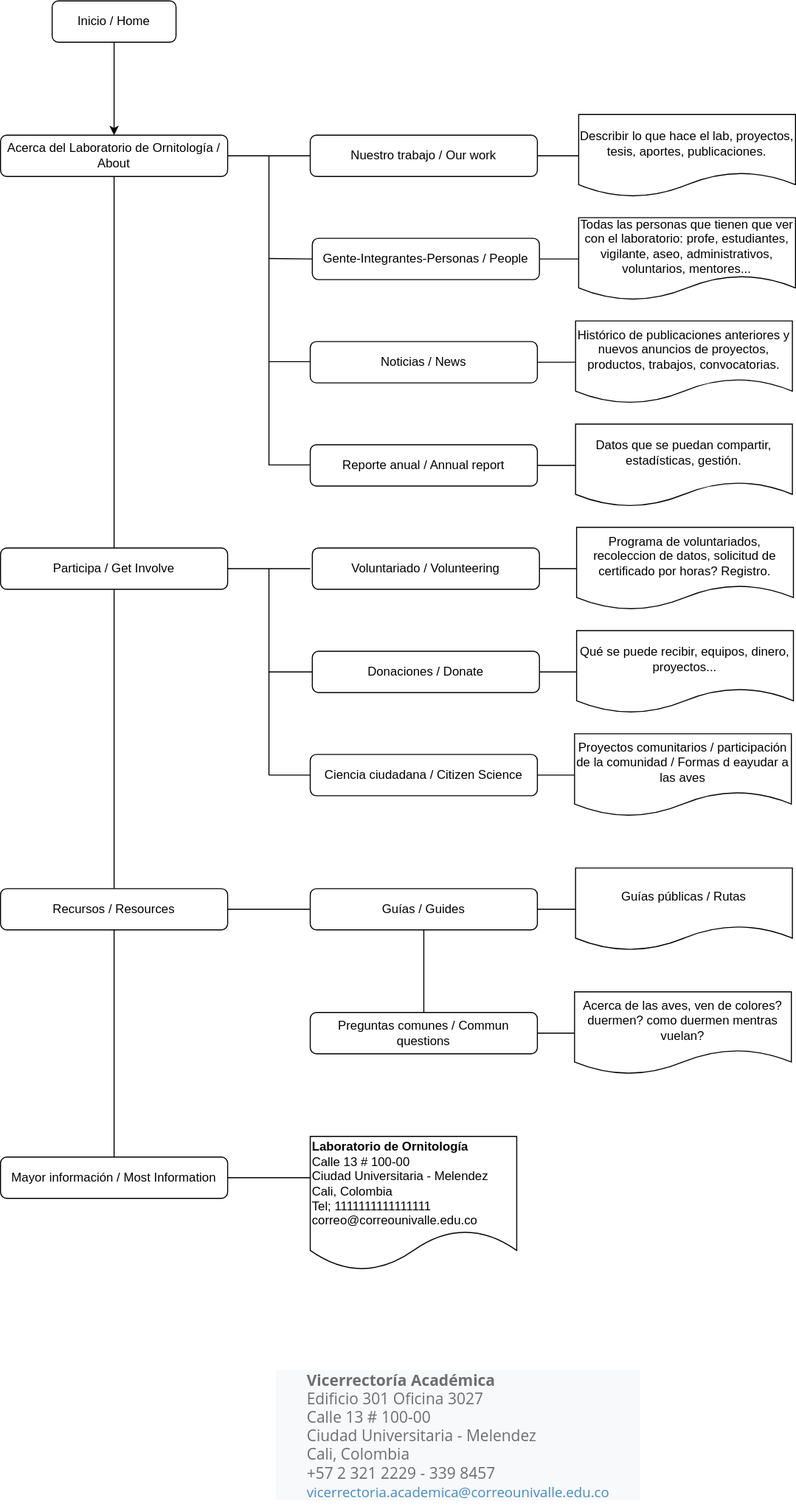
isabelyb/univalle keeps this draw.io diagram as univalle.drawio.svg. Above is the earlier version. Source tidied: cells renumbered, new cells last; positions are measured from the earlier drawing's top-left corner, leaving out a move shared by most shapes.
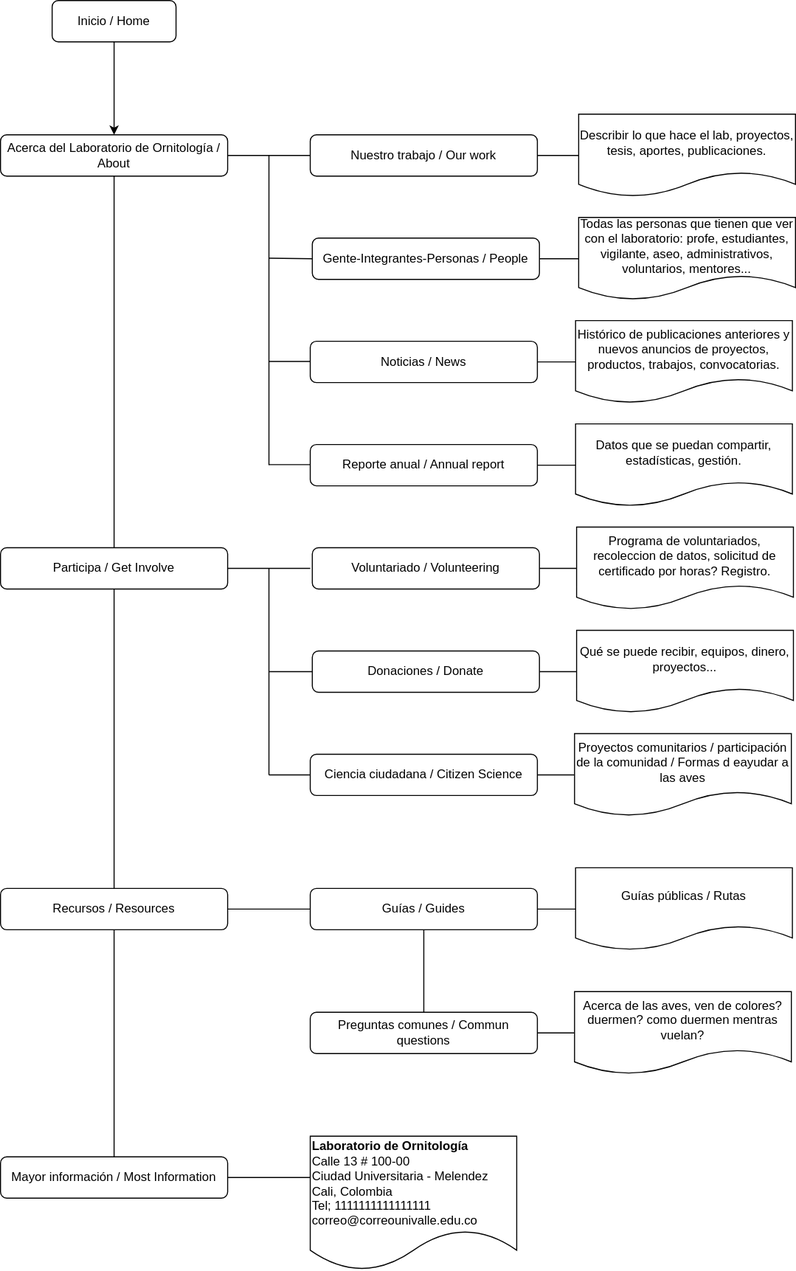
The same file after the commit.

What changed in the source:
```diff
@@ -175,9 +175,6 @@
     <mxCell id="49" value="Mayor información / Most Information" style="whiteSpace=wrap;html=1;rounded=1;shadow=0;strokeWidth=1;glass=0;" parent="1" vertex="1">
       <mxGeometry y="1120" width="220" height="40" as="geometry" />
     </mxCell>
-    <mxCell id="50" value="&lt;ul style=&quot;font-style: normal; font-weight: 400; letter-spacing: normal; text-indent: 0px; text-transform: none; word-spacing: 0px; background-color: rgb(248, 249, 250); box-sizing: border-box; margin-top: 0px; margin-bottom: 10px; text-align: justify; margin-left: -5px; list-style: none; padding: 0px 30px; color: rgb(109, 110, 113); font-family: &amp;quot;open sans&amp;quot;; font-size: 15px;&quot;&gt;&lt;li style=&quot;box-sizing: border-box&quot;&gt;&lt;strong style=&quot;box-sizing: border-box&quot;&gt;Vicerrectoría Académica&lt;/strong&gt;&lt;/li&gt;&lt;li style=&quot;box-sizing: border-box&quot;&gt;Edificio 301 Oficina 3027&lt;/li&gt;&lt;li style=&quot;box-sizing: border-box&quot;&gt;Calle 13 # 100-00&lt;/li&gt;&lt;li style=&quot;box-sizing: border-box&quot;&gt;Ciudad Universitaria - Melendez&lt;/li&gt;&lt;li style=&quot;box-sizing: border-box&quot;&gt;Cali, Colombia&lt;/li&gt;&lt;li style=&quot;box-sizing: border-box&quot;&gt;+57 2 321 2229 - 339 8457&lt;/li&gt;&lt;li style=&quot;box-sizing: border-box&quot;&gt;&lt;span style=&quot;box-sizing: border-box ; font-size: 10pt&quot;&gt;&lt;a href=&quot;mailto:vicerrectoria.academica@correounivalle.edu.co&quot; style=&quot;box-sizing: border-box ; background: transparent ; color: rgb(66 , 139 , 202)&quot;&gt;vicerrectoria.academica@correounivalle.edu.co&lt;/a&gt;&lt;/span&gt;&lt;/li&gt;&lt;/ul&gt;" style="text;whiteSpace=wrap;html=1;" parent="1" vertex="1">
-      <mxGeometry x="270" y="1320" width="370" height="120" as="geometry" />
-    </mxCell>
     <mxCell id="51" value="&lt;b&gt;Laboratorio de Ornitología&lt;/b&gt;&lt;br&gt;&lt;div&gt;&lt;span&gt;Calle 13 # 100-00&lt;/span&gt;&lt;br&gt;&lt;/div&gt;&lt;div&gt;&lt;span&gt;&lt;div&gt;Ciudad Universitaria - Melendez&lt;/div&gt;&lt;div&gt;Cali, Colombia&lt;/div&gt;&lt;div&gt;Tel; 1111111111111111&lt;/div&gt;&lt;div&gt;correo@correounivalle.edu.co&lt;/div&gt;&lt;/span&gt;&lt;/div&gt;" style="shape=document;whiteSpace=wrap;html=1;boundedLbl=1;rounded=1;shadow=0;strokeWidth=1;glass=0;align=left;" parent="1" vertex="1">
       <mxGeometry x="300" y="1100" width="200" height="130" as="geometry" />
     </mxCell>
```
